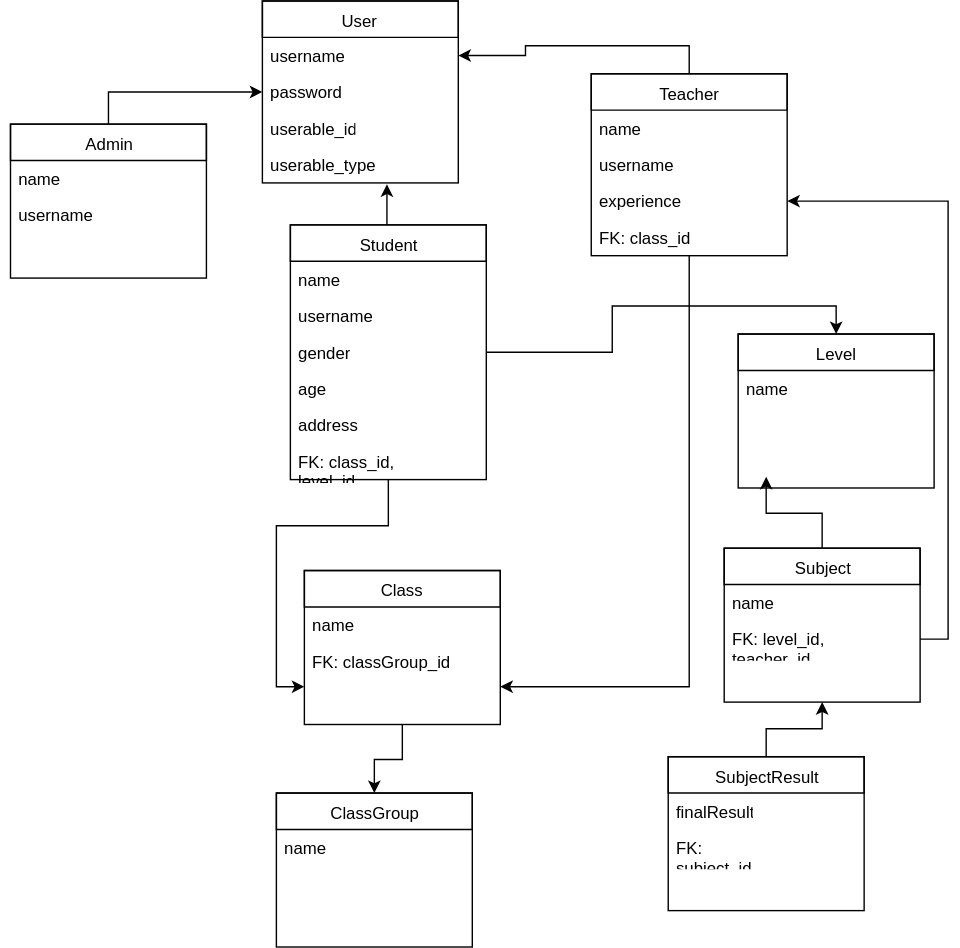
Above: BASIC LARAVEL 5.4 CMS/Student Management.svg in OthmaneBlial/Basic_Laravel5.4_CMS (draw.io), before the change. Source tidied: cells renumbered, new cells last; positions are measured from the earlier drawing's top-left corner, leaving out a move shared by most shapes.
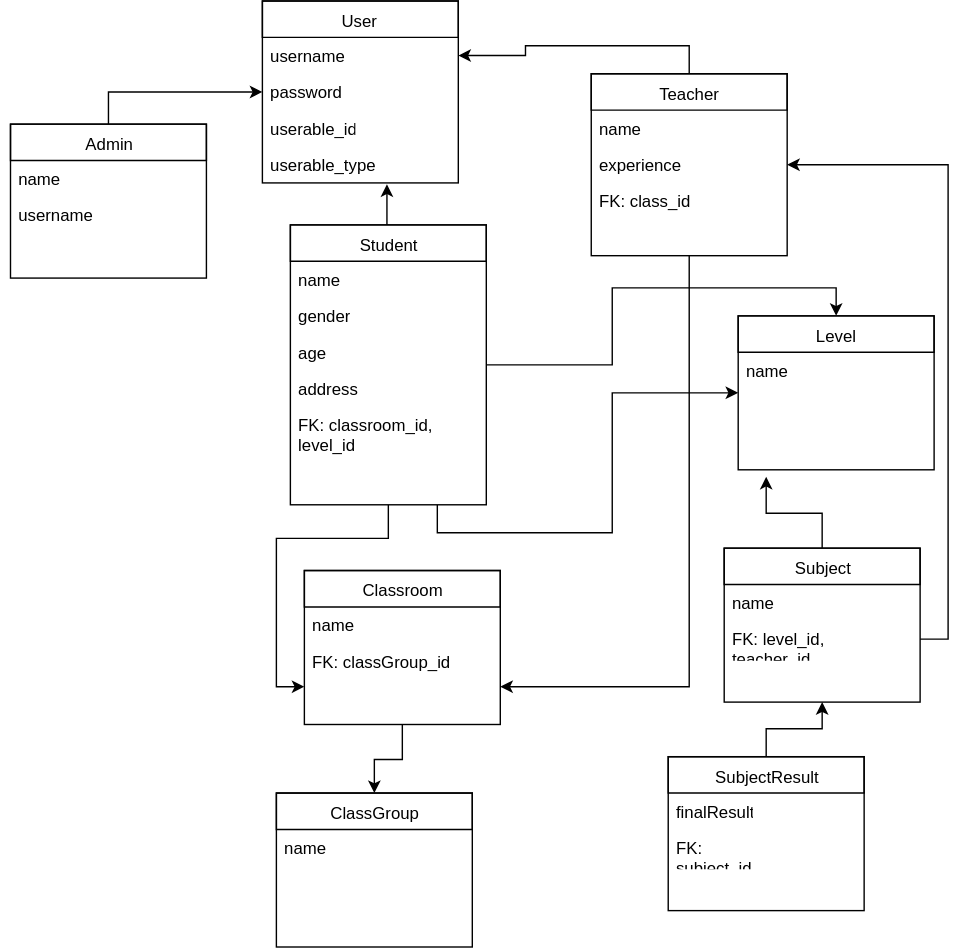
After the commit.

What changed in the source:
```diff
@@ -38,26 +38,26 @@
     <mxCell id="13" style="edgeStyle=orthogonalEdgeStyle;rounded=0;html=1;entryX=0.5;entryY=0;jettySize=auto;" parent="1" edge="1" source="14" target="34">
       <mxGeometry relative="1" as="geometry" />
     </mxCell>
+    <mxCell id="46" style="edgeStyle=orthogonalEdgeStyle;rounded=0;html=1;exitX=0.75;exitY=1;entryX=0;entryY=0.5;jettySize=auto;" parent="1" edge="1" source="14" target="34">
+      <mxGeometry relative="1" as="geometry" />
+    </mxCell>
     <mxCell id="14" value="Student" style="swimlane;html=1;fontStyle=0;horizontal=1;startSize=26;fillColor=none;swimlaneFillColor=#ffffff;" parent="1" vertex="1">
-      <mxGeometry x="200" y="160" width="140" height="182" as="geometry" />
+      <mxGeometry x="200" y="160" width="140" height="200" as="geometry" />
     </mxCell>
     <mxCell id="15" value="name" style="text;html=1;strokeColor=none;fillColor=none;align=left;verticalAlign=top;spacingLeft=4;spacingRight=4;whiteSpace=wrap;overflow=hidden;" parent="14" vertex="1">
       <mxGeometry y="26" width="140" height="26" as="geometry" />
     </mxCell>
-    <mxCell id="16" value="username" style="text;html=1;strokeColor=none;fillColor=none;align=left;verticalAlign=top;spacingLeft=4;spacingRight=4;whiteSpace=wrap;overflow=hidden;" parent="14" vertex="1">
-      <mxGeometry y="52" width="140" height="26" as="geometry" />
-    </mxCell>
     <mxCell id="17" value="gender" style="text;html=1;strokeColor=none;fillColor=none;align=left;verticalAlign=top;spacingLeft=4;spacingRight=4;whiteSpace=wrap;overflow=hidden;" parent="14" vertex="1">
-      <mxGeometry y="78" width="140" height="26" as="geometry" />
+      <mxGeometry y="52" width="140" height="26" as="geometry" />
     </mxCell>
     <mxCell id="18" value="age" style="text;html=1;strokeColor=none;fillColor=none;align=left;verticalAlign=top;spacingLeft=4;spacingRight=4;whiteSpace=wrap;overflow=hidden;" parent="14" vertex="1">
-      <mxGeometry y="104" width="140" height="26" as="geometry" />
+      <mxGeometry y="78" width="140" height="26" as="geometry" />
     </mxCell>
     <mxCell id="19" value="address" style="text;html=1;strokeColor=none;fillColor=none;align=left;verticalAlign=top;spacingLeft=4;spacingRight=4;whiteSpace=wrap;overflow=hidden;" parent="14" vertex="1">
-      <mxGeometry y="130" width="140" height="26" as="geometry" />
+      <mxGeometry y="104" width="140" height="26" as="geometry" />
     </mxCell>
-    <mxCell id="20" value="FK: class_id, level_id" style="text;html=1;strokeColor=none;fillColor=none;align=left;verticalAlign=top;spacingLeft=4;spacingRight=4;whiteSpace=wrap;overflow=hidden;" parent="14" vertex="1">
-      <mxGeometry y="156" width="140" height="26" as="geometry" />
+    <mxCell id="20" value="FK: classroom_id, level_id" style="text;html=1;strokeColor=none;fillColor=none;align=left;verticalAlign=top;spacingLeft=4;spacingRight=4;whiteSpace=wrap;overflow=hidden;" parent="14" vertex="1">
+      <mxGeometry y="130" width="140" height="34" as="geometry" />
     </mxCell>
     <mxCell id="21" style="edgeStyle=orthogonalEdgeStyle;rounded=0;html=1;exitX=0.5;exitY=0;entryX=1;entryY=0.5;jettySize=auto;" parent="1" edge="1" source="23" target="3">
       <mxGeometry relative="1" as="geometry" />
@@ -71,19 +71,16 @@
     <mxCell id="24" value="name" style="text;html=1;strokeColor=none;fillColor=none;align=left;verticalAlign=top;spacingLeft=4;spacingRight=4;whiteSpace=wrap;overflow=hidden;" parent="23" vertex="1">
       <mxGeometry y="26" width="140" height="26" as="geometry" />
     </mxCell>
-    <mxCell id="25" value="username" style="text;html=1;strokeColor=none;fillColor=none;align=left;verticalAlign=top;spacingLeft=4;spacingRight=4;whiteSpace=wrap;overflow=hidden;" parent="23" vertex="1">
-      <mxGeometry y="52" width="140" height="26" as="geometry" />
-    </mxCell>
     <mxCell id="26" value="experience" style="text;html=1;strokeColor=none;fillColor=none;align=left;verticalAlign=top;spacingLeft=4;spacingRight=4;whiteSpace=wrap;overflow=hidden;points=[[0,0.5],[1,0.5]];portConstraint=eastwest;" parent="23" vertex="1">
-      <mxGeometry y="78" width="140" height="26" as="geometry" />
+      <mxGeometry y="52" width="140" height="26" as="geometry" />
     </mxCell>
     <mxCell id="27" value="FK: class_id" style="text;html=1;strokeColor=none;fillColor=none;align=left;verticalAlign=top;spacingLeft=4;spacingRight=4;whiteSpace=wrap;overflow=hidden;" parent="23" vertex="1">
-      <mxGeometry y="104" width="140" height="26" as="geometry" />
+      <mxGeometry y="78" width="140" height="26" as="geometry" />
     </mxCell>
     <mxCell id="28" style="edgeStyle=orthogonalEdgeStyle;rounded=0;html=1;entryX=0.5;entryY=0;jettySize=auto;" parent="1" edge="1" source="29" target="32">
       <mxGeometry relative="1" as="geometry" />
     </mxCell>
-    <mxCell id="29" value="Class" style="swimlane;html=1;fontStyle=0;horizontal=1;startSize=26;fillColor=none;swimlaneFillColor=#ffffff;" parent="1" vertex="1">
+    <mxCell id="29" value="Classroom" style="swimlane;html=1;fontStyle=0;horizontal=1;startSize=26;fillColor=none;swimlaneFillColor=#ffffff;" parent="1" vertex="1">
       <mxGeometry x="210" y="407" width="140" height="110" as="geometry" />
     </mxCell>
     <mxCell id="30" value="name" style="text;html=1;strokeColor=none;fillColor=none;align=left;verticalAlign=top;spacingLeft=4;spacingRight=4;whiteSpace=wrap;overflow=hidden;" parent="29" vertex="1">
@@ -99,7 +96,7 @@
       <mxGeometry y="26" width="140" height="26" as="geometry" />
     </mxCell>
     <mxCell id="34" value="Level" style="swimlane;html=1;fontStyle=0;horizontal=1;startSize=26;fillColor=none;swimlaneFillColor=#ffffff;" parent="1" vertex="1">
-      <mxGeometry x="520" y="238" width="140" height="110" as="geometry" />
+      <mxGeometry x="520" y="225" width="140" height="110" as="geometry" />
     </mxCell>
     <mxCell id="35" value="name" style="text;html=1;strokeColor=none;fillColor=none;align=left;verticalAlign=top;spacingLeft=4;spacingRight=4;whiteSpace=wrap;overflow=hidden;" parent="34" vertex="1">
       <mxGeometry y="26" width="140" height="26" as="geometry" />
```
